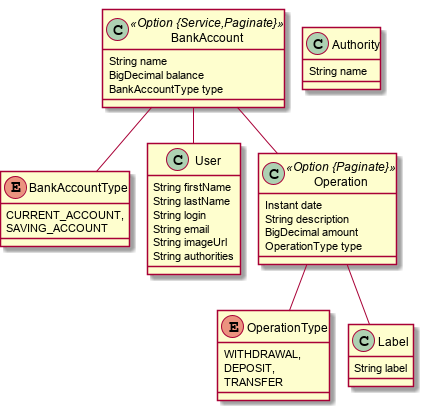
malicktech/jhipsterbank keeps this PlantUML diagram as jdl/app-model-1.png. Above is the earlier version. Source of this version:
```plantuml
@startuml
	!pragma graphviz_dot jdot
	!pragma syntax class
	class BankAccount <<Option {Service,Paginate}>> {
		String name
		BigDecimal balance
		BankAccountType type
	}
	BankAccount ..> BankAccountType
	BankAccount  "user(login) 0..* " o-- "0..1 "  User
	enum BankAccountType {
		CURRENT_ACCOUNT,
		SAVING_ACCOUNT
	}
	class Operation <<Option {Paginate}>> {
		Instant date
		String description
		BigDecimal amount
		OperationType type
	}
	Operation ..> OperationType
	enum OperationType {
		WITHDRAWAL,
		DEPOSIT,
		TRANSFER
	}
	BankAccount  "operations 0..1 " --o "0..* "  Operation
	class Label  {
		String label
	}
	Operation  "labels 0..* " o--o "operations 0..* "  Label
	class Authority  {
		String name
	}
	class User  {
		String firstName
		String lastName
		String login
		String email
		String imageUrl
		String authorities
	}
@enduml
```
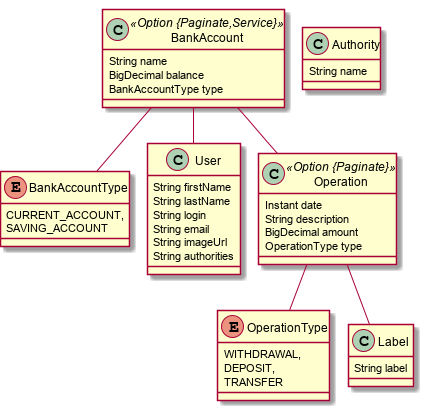
After the commit.

Change to the diagram source:
```diff
@@ -1,7 +1,7 @@
 @startuml
 	!pragma graphviz_dot jdot
 	!pragma syntax class
-	class BankAccount <<Option {Service,Paginate}>> {
+	class BankAccount <<Option {Paginate,Service}>> {
 		String name
 		BigDecimal balance
 		BankAccountType type
```
